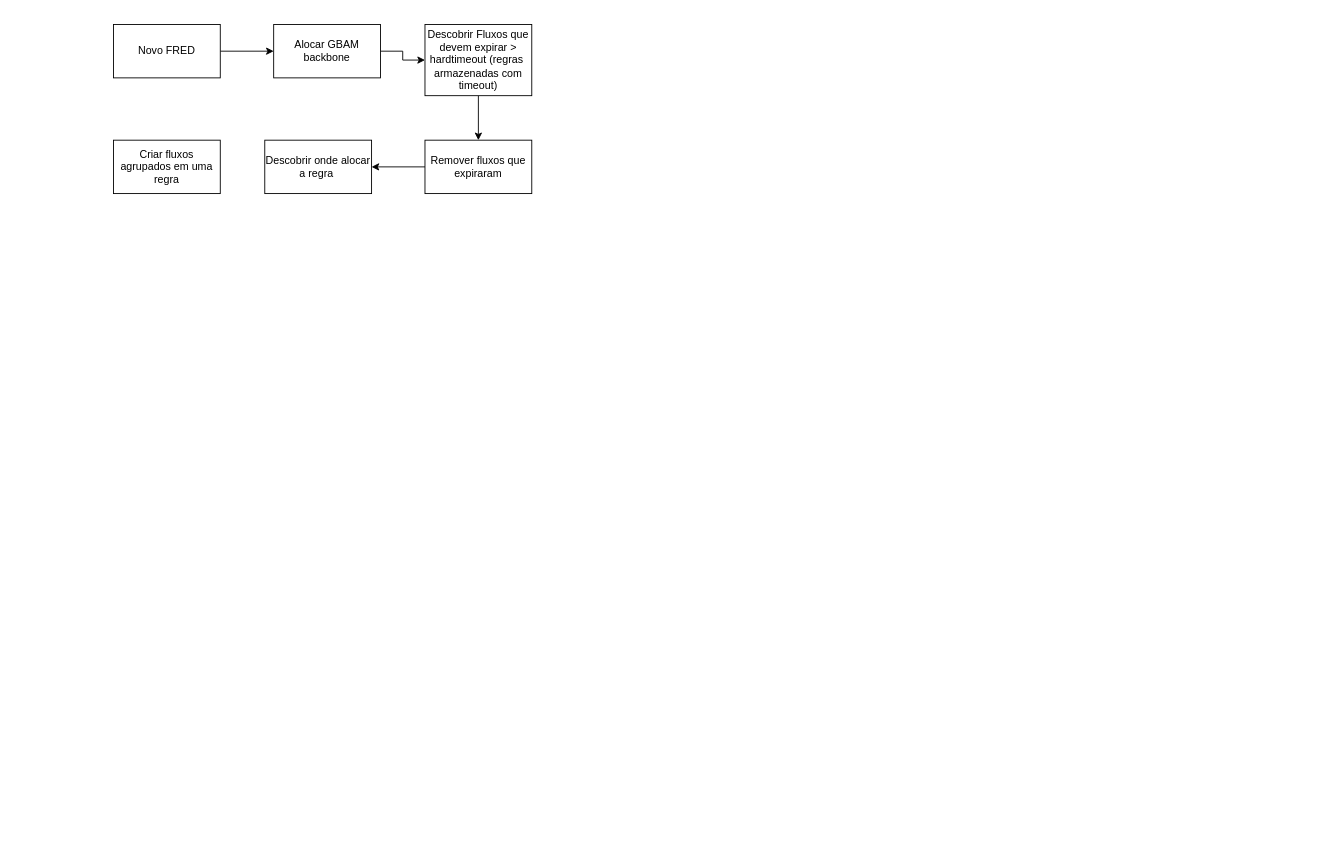
NiltonMocelin/FLOWPRI-SDN2 keeps this draw.io diagram as page "backboneGBAM" (5 of 5) of planejamento_diario.drawio. Above is the earlier version. Source tidied: cells renumbered, new cells numbered last; positions are measured from the earlier drawing's top-left corner, leaving out a move shared by most shapes. Both pictures are drawn from the tidied source at 89%, with x=0, y=0 at pixel (113, 24).
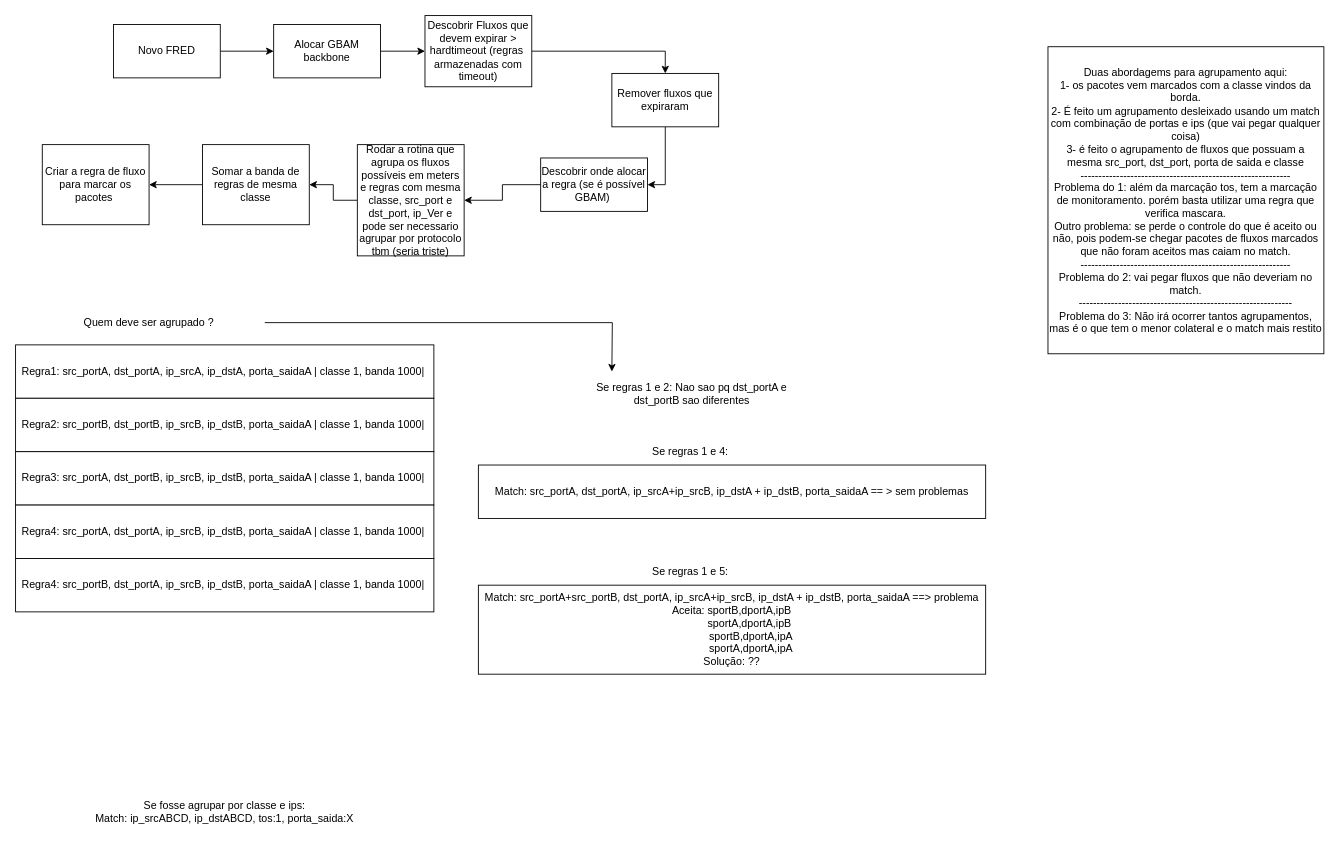
After the change.

Change to the diagram source:
```diff
@@
     <mxCell id="7" value="Descobrir Fluxos que devem expirar &amp;gt; hardtimeout (regras&amp;nbsp; armazenadas com timeout)" style="rounded=0;whiteSpace=wrap;html=1;" parent="1" vertex="1">
-      <mxGeometry x="350" width="120" height="80" as="geometry" />
+      <mxGeometry x="350" y="-10" width="120" height="80" as="geometry" />
     </mxCell>
+    <mxCell id="12" style="edgeStyle=orthogonalEdgeStyle;rounded=0;jettySize=auto;html=1;entryX=1;entryY=0.5;entryDx=0;entryDy=0;" parent="1" edge="1" source="8" target="11">
+      <mxGeometry relative="1" as="geometry" />
+    </mxCell>
-    <mxCell id="8" value="Descobrir onde alocar a regra&amp;nbsp;" style="rounded=0;whiteSpace=wrap;html=1;" parent="1" vertex="1">
-      <mxGeometry x="170" y="130" width="120" height="60" as="geometry" />
+    <mxCell id="8" value="Descobrir onde alocar a regra (se é possível GBAM)&amp;nbsp;" style="rounded=0;whiteSpace=wrap;html=1;" parent="1" vertex="1">
+      <mxGeometry x="480" y="150" width="120" height="60" as="geometry" />
     </mxCell>
@@
     <mxCell id="10" value="Remover fluxos que expiraram" style="rounded=0;whiteSpace=wrap;html=1;" parent="1" vertex="1">
-      <mxGeometry x="350" y="130" width="120" height="60" as="geometry" />
+      <mxGeometry x="560" y="55" width="120" height="60" as="geometry" />
     </mxCell>
+    <mxCell id="13" style="edgeStyle=orthogonalEdgeStyle;rounded=0;jettySize=auto;html=1;entryX=1;entryY=0.5;entryDx=0;entryDy=0;" parent="1" edge="1" source="11" target="28">
+      <mxGeometry relative="1" as="geometry" />
+    </mxCell>
-    <mxCell id="11" value="Criar fluxos agrupados em uma regra" style="rounded=0;whiteSpace=wrap;html=1;" parent="1" vertex="1">
-      <mxGeometry y="130" width="120" height="60" as="geometry" />
+    <mxCell id="11" value="Rodar a rotina que agrupa os fluxos possíveis em meters e regras com mesma classe, src_port e dst_port, ip_Ver e pode ser necessario agrupar por protocolo tbm (seria triste)" style="rounded=0;whiteSpace=wrap;html=1;" parent="1" vertex="1">
+      <mxGeometry x="274" y="135" width="120" height="125" as="geometry" />
     </mxCell>
+    <mxCell id="14" value="Regra1: src_portA, dst_portA, ip_srcA, ip_dstA, porta_saidaA | classe 1, banda 1000|&amp;nbsp;" style="rounded=0;whiteSpace=wrap;html=1;" parent="1" vertex="1">
+      <mxGeometry x="-110" y="360" width="470" height="60" as="geometry" />
+    </mxCell>
+    <mxCell id="15" value="Regra2: src_portB, dst_portB, ip_srcB, ip_dstB, porta_saidaA | classe 1, banda 1000|&amp;nbsp;" style="rounded=0;whiteSpace=wrap;html=1;" parent="1" vertex="1">
+      <mxGeometry x="-110" y="420" width="470" height="60" as="geometry" />
+    </mxCell>
+    <mxCell id="16" value="Regra3: src_portA, dst_portB, ip_srcB, ip_dstB, porta_saidaA | classe 1, banda 1000|&amp;nbsp;" style="rounded=0;whiteSpace=wrap;html=1;" parent="1" vertex="1">
+      <mxGeometry x="-110" y="480" width="470" height="60" as="geometry" />
+    </mxCell>
+    <mxCell id="17" value="Regra4: src_portA, dst_portA, ip_srcB, ip_dstB, porta_saidaA | classe 1, banda 1000|&amp;nbsp;" style="rounded=0;whiteSpace=wrap;html=1;" parent="1" vertex="1">
+      <mxGeometry x="-110" y="540" width="470" height="60" as="geometry" />
+    </mxCell>
+    <mxCell id="18" style="edgeStyle=orthogonalEdgeStyle;rounded=0;jettySize=auto;html=1;" parent="1" edge="1" source="19">
+      <mxGeometry relative="1" as="geometry">
+        <mxPoint x="560" y="390" as="targetPoint" />
+      </mxGeometry>
+    </mxCell>
+    <mxCell id="19" value="Quem deve ser agrupado ?" style="text;html=1;align=center;verticalAlign=middle;whiteSpace=wrap;rounded=0;" parent="1" vertex="1">
+      <mxGeometry x="-90" y="320" width="260" height="30" as="geometry" />
+    </mxCell>
+    <mxCell id="20" value="Se regras 1 e 2: Nao sao pq dst_portA e dst_portB sao diferentes" style="text;html=1;align=center;verticalAlign=middle;whiteSpace=wrap;rounded=0;" parent="1" vertex="1">
+      <mxGeometry x="520" y="400" width="260" height="30" as="geometry" />
+    </mxCell>
+    <mxCell id="21" value="Match: src_portA, dst_portA, ip_srcA+ip_srcB, ip_dstA + ip_dstB, porta_saidaA == &amp;gt; sem problemas" style="rounded=0;whiteSpace=wrap;html=1;" parent="1" vertex="1">
+      <mxGeometry x="410" y="495" width="570" height="60" as="geometry" />
+    </mxCell>
+    <mxCell id="22" value="Se regras 1 e 4:&amp;nbsp;" style="text;html=1;align=center;verticalAlign=middle;whiteSpace=wrap;rounded=0;" parent="1" vertex="1">
+      <mxGeometry x="520" y="465" width="260" height="30" as="geometry" />
+    </mxCell>
+    <mxCell id="23" value="Regra4: src_portB, dst_portA, ip_srcB, ip_dstB, porta_saidaA | classe 1, banda 1000|&amp;nbsp;" style="rounded=0;whiteSpace=wrap;html=1;" parent="1" vertex="1">
+      <mxGeometry x="-110" y="600" width="470" height="60" as="geometry" />
+    </mxCell>
+    <mxCell id="24" value="Match: src_portA+src_portB, dst_portA, ip_srcA+ip_srcB, ip_dstA + ip_dstB, porta_saidaA ==&amp;gt; problema Aceita: sportB,dportA,ipB&lt;div&gt;&lt;span style=&quot;white-space: pre;&quot;&gt;&#9;&lt;/span&gt;&amp;nbsp; &amp;nbsp; sportA,dportA,ipB&lt;/div&gt;&lt;div&gt;&lt;span style=&quot;white-space: pre;&quot;&gt;&#9;&lt;/span&gt;&amp;nbsp; &amp;nbsp; &amp;nbsp;sportB,dportA,ipA&lt;/div&gt;&lt;div&gt;&lt;span style=&quot;white-space: pre;&quot;&gt;&#9;&lt;/span&gt;&amp;nbsp; &amp;nbsp; &amp;nbsp;sportA,dportA,ipA&lt;/div&gt;&lt;div&gt;Solução: ??&lt;/div&gt;" style="rounded=0;whiteSpace=wrap;html=1;" parent="1" vertex="1">
+      <mxGeometry x="410" y="630" width="570" height="100" as="geometry" />
+    </mxCell>
+    <mxCell id="25" value="Se regras 1 e 5:&amp;nbsp;" style="text;html=1;align=center;verticalAlign=middle;whiteSpace=wrap;rounded=0;" parent="1" vertex="1">
+      <mxGeometry x="520" y="600" width="260" height="30" as="geometry" />
+    </mxCell>
+    <mxCell id="26" value="Se fosse agrupar por classe e ips:&lt;div&gt;Match: ip_srcABCD, ip_dstABCD, tos:1, porta_saida:X&lt;/div&gt;" style="text;html=1;align=center;verticalAlign=middle;whiteSpace=wrap;rounded=0;" parent="1" vertex="1">
+      <mxGeometry x="-60" y="840" width="370" height="90" as="geometry" />
+    </mxCell>
+    <mxCell id="27" style="edgeStyle=orthogonalEdgeStyle;rounded=0;jettySize=auto;html=1;" parent="1" edge="1" source="28" target="29">
+      <mxGeometry relative="1" as="geometry" />
+    </mxCell>
+    <mxCell id="28" value="Somar a banda de regras de mesma classe" style="rounded=0;whiteSpace=wrap;html=1;" parent="1" vertex="1">
+      <mxGeometry x="100" y="135" width="120" height="90" as="geometry" />
+    </mxCell>
+    <mxCell id="29" value="Criar a regra de fluxo para marcar os pacotes&amp;nbsp;" style="rounded=0;whiteSpace=wrap;html=1;" parent="1" vertex="1">
+      <mxGeometry x="-80" y="135" width="120" height="90" as="geometry" />
+    </mxCell>
+    <mxCell id="30" value="Duas abordagems para agrupamento aqui:&lt;div&gt;1- os pacotes vem marcados com a classe vindos da borda.&lt;/div&gt;&lt;div&gt;2- É feito um agrupamento desleixado usando um match com combinação de portas e ips (que vai pegar qualquer coisa)&lt;/div&gt;&lt;div&gt;3- é feito o agrupamento de fluxos que possuam a mesma src_port, dst_port, porta de saida e classe&lt;/div&gt;&lt;div&gt;-----------------------------------------------------------&lt;/div&gt;&lt;div&gt;Problema do 1: além da marcação tos, tem a marcação de monitoramento. porém basta utilizar uma regra que verifica mascara.&lt;/div&gt;&lt;div&gt;Outro problema: se perde o controle do que é aceito ou não, pois podem-se chegar pacotes de fluxos marcados que não foram aceitos mas caiam no match.&lt;/div&gt;&lt;div&gt;-----------------------------------------------------------&lt;/div&gt;&lt;div&gt;Problema do 2: vai pegar fluxos que não deveriam no match.&lt;/div&gt;&lt;div&gt;------------------------------------------------------------&lt;/div&gt;&lt;div&gt;Problema do 3: Não irá ocorrer tantos agrupamentos, mas é o que tem o menor colateral e o match mais restito&lt;/div&gt;" style="text;html=1;align=center;verticalAlign=middle;whiteSpace=wrap;rounded=0;fillColor=none;strokeColor=default;" parent="1" vertex="1">
+      <mxGeometry x="1050" y="25" width="310" height="345" as="geometry" />
+    </mxCell>
```
